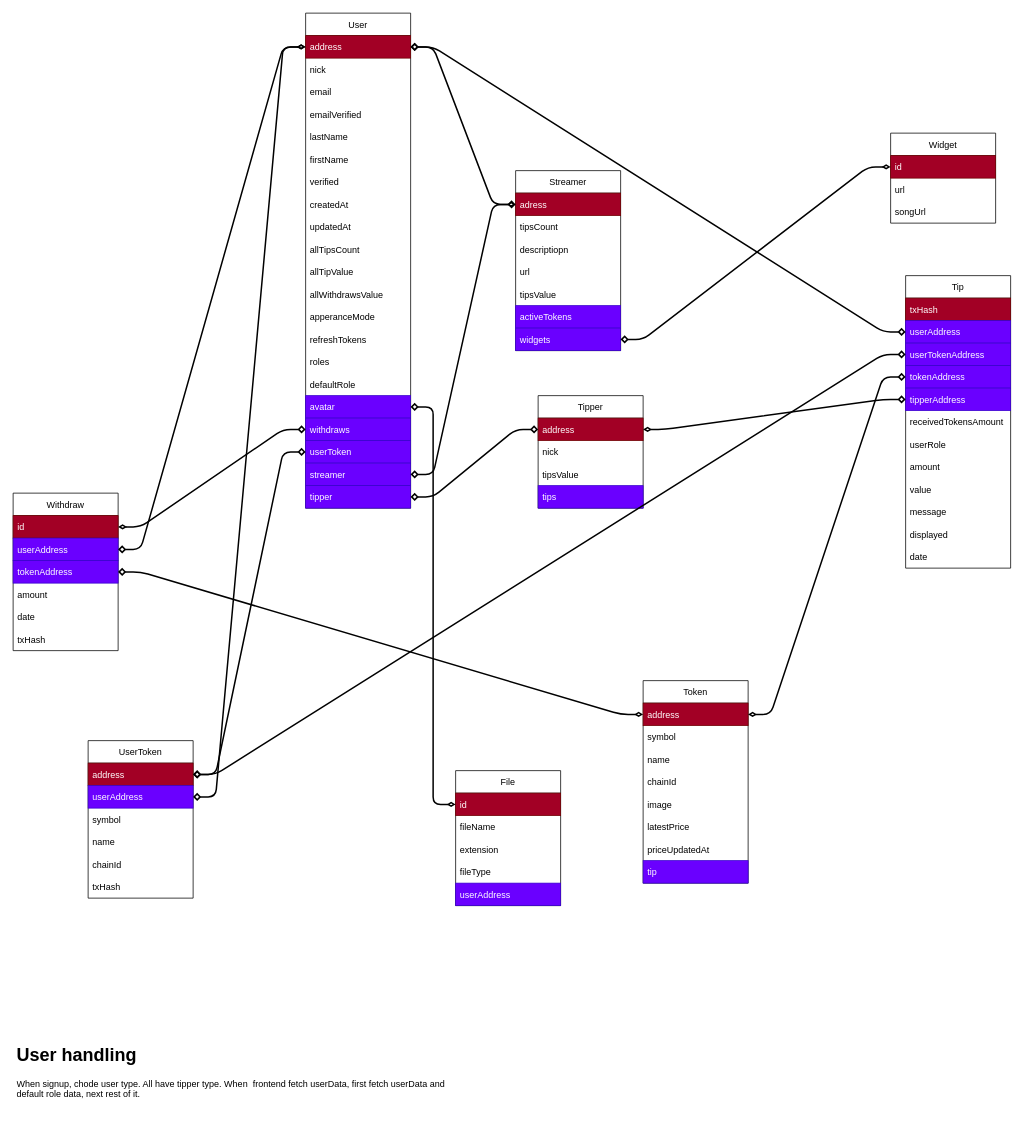
anteqkois/tipdapp keeps this draw.io diagram as server/prisma/user.drawio. Above is the earlier version. Source tidied: cells renumbered, new cells numbered last; positions are measured from the earlier drawing's top-left corner, leaving out a move shared by most shapes. Both pictures are drawn from the tidied source at 75%, with x=0, y=0 at pixel (13, 13).
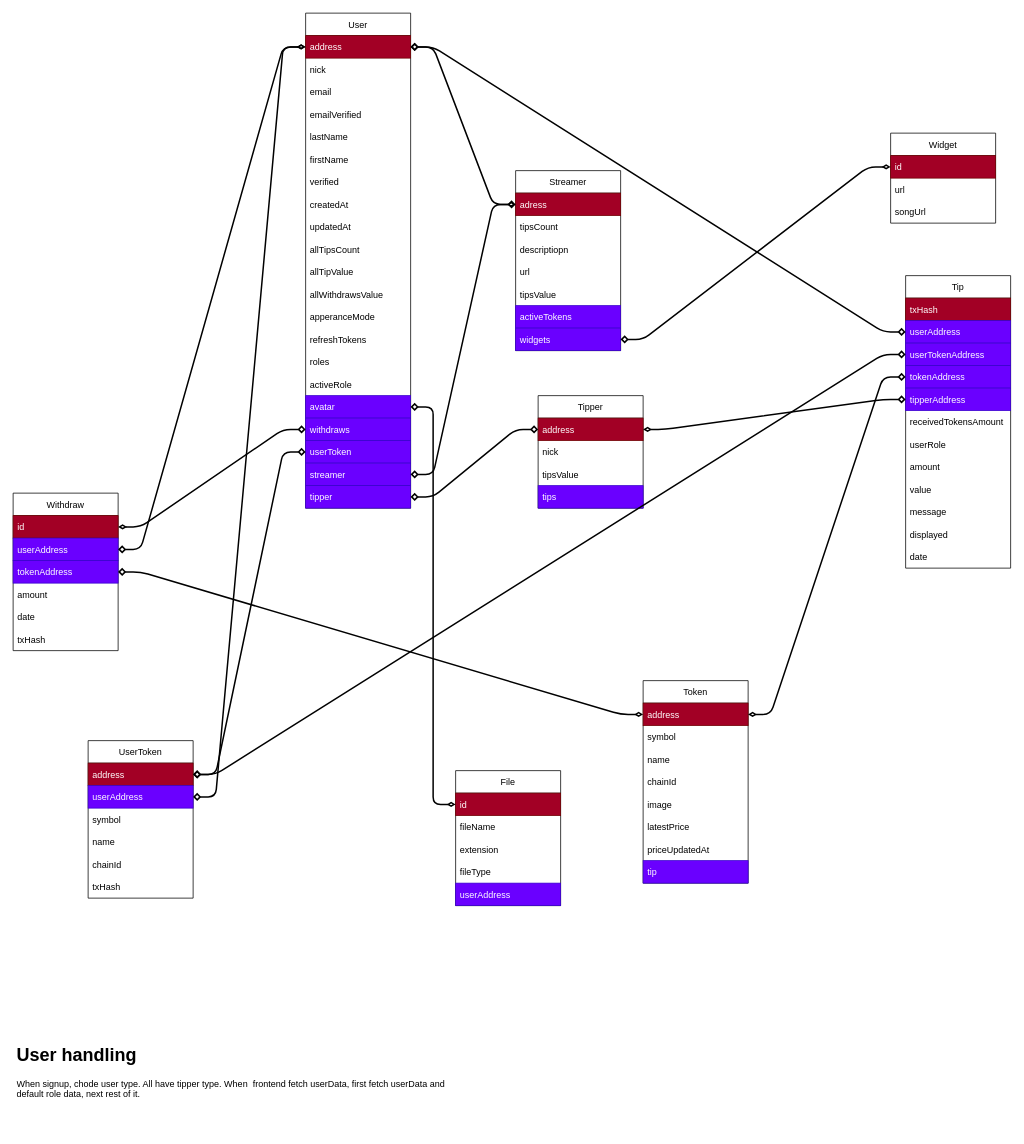
Above is the later version.

Unchanged cells that the change refers to:
```xml
<mxCell id="2" value="User" style="swimlane;fontStyle=0;horizontal=1;startSize=30;" parent="1" vertex="1">
  <mxGeometry x="390" width="140" height="660" as="geometry" />
</mxCell>
```

Diff of the diagram source:
```diff
@@
-    <mxCell id="18" value="defaultRole" style="text;strokeColor=none;fillColor=none;align=left;verticalAlign=middle;spacingLeft=4;spacingRight=4;overflow=hidden;" parent="2" vertex="1">
+    <mxCell id="18" value="activeRole" style="text;strokeColor=none;fillColor=none;align=left;verticalAlign=middle;spacingLeft=4;spacingRight=4;overflow=hidden;" parent="2" vertex="1">
       <mxGeometry y="480" width="140" height="30" as="geometry" />
     </mxCell>
```
